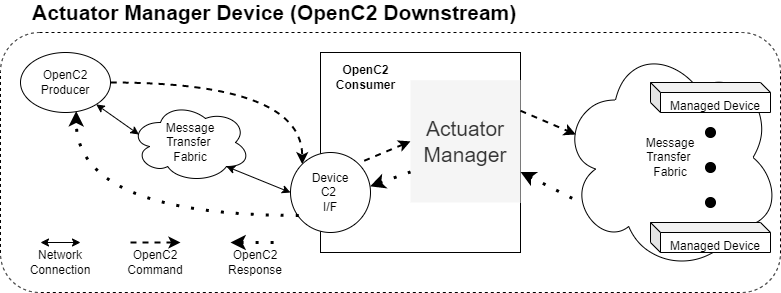
oasis-tcs/openc2-oc2arch keeps this draw.io diagram as images/Actuator-Manager-Device-OpenC2.drawio.png. Above is the earlier version. Source tidied: cells renumbered, new cells last; positions are measured from the earlier drawing's top-left corner, leaving out a move shared by most shapes. Source of this version:
```xml
<mxGraphModel background="#ffffff">
  <root>
    <mxCell id="0" />
    <mxCell id="1" parent="0" />
    <mxCell id="2" style="rounded=1;whiteSpace=wrap;html=1;fontSize=12;align=right;dashed=1;" parent="1" vertex="1">
      <mxGeometry y="30" width="780" height="260" as="geometry" />
    </mxCell>
    <mxCell id="3" style="rounded=0;whiteSpace=wrap;html=1;verticalAlign=top;" parent="1" vertex="1">
      <mxGeometry x="320" y="50" width="200" height="200" as="geometry" />
    </mxCell>
    <mxCell id="4" style="edgeStyle=orthogonalEdgeStyle;curved=1;rounded=0;jettySize=auto;html=1;exitX=1;exitY=0.5;exitDx=0;exitDy=0;entryX=1;entryY=1;entryDx=0;entryDy=0;dashed=1;strokeWidth=2;" parent="1" edge="1" source="5" target="6">
      <mxGeometry relative="1" as="geometry" />
    </mxCell>
    <mxCell id="5" value="OpenC2&lt;br&gt;Producer" style="ellipse;whiteSpace=wrap;html=1;" parent="1" vertex="1">
      <mxGeometry x="20" y="50" width="90" height="60" as="geometry" />
    </mxCell>
    <mxCell id="6" value="Device&lt;br&gt;C2 &lt;br&gt;I/F" style="ellipse;whiteSpace=wrap;html=1;direction=west;align=center;" parent="1" vertex="1">
      <mxGeometry x="290" y="150" width="80" height="80" as="geometry" />
    </mxCell>
    <mxCell id="7" style="edgeStyle=none;rounded=0;jettySize=auto;html=1;exitX=0.8;exitY=0.8;exitDx=0;exitDy=0;startArrow=classic;startFill=1;entryX=1;entryY=0.5;entryDx=0;entryDy=0;exitPerimeter=0;" parent="1" edge="1" source="8" target="6">
      <mxGeometry relative="1" as="geometry" />
    </mxCell>
    <mxCell id="8" value="Message&lt;br&gt;Transfer &lt;br&gt;Fabric" style="ellipse;shape=cloud;whiteSpace=wrap;html=1;" parent="1" vertex="1">
      <mxGeometry x="130" y="100" width="120" height="80" as="geometry" />
    </mxCell>
    <mxCell id="9" value="OpenC2&lt;br&gt;Consumer" style="text;html=1;align=center;verticalAlign=middle;fillColor=none;strokeColor=none;rounded=0;fontStyle=1;" parent="1" vertex="1">
      <mxGeometry x="330" y="60" width="70" height="30" as="geometry" />
    </mxCell>
    <mxCell id="10" style="edgeStyle=none;rounded=0;jettySize=auto;html=1;startArrow=classic;startFill=1;entryX=0.07;entryY=0.4;entryDx=0;entryDy=0;entryPerimeter=0;" parent="1" edge="1" source="5" target="8">
      <mxGeometry relative="1" as="geometry" />
    </mxCell>
    <mxCell id="11" style="endArrow=classic;startArrow=classic;html=1;" parent="1" edge="1">
      <mxGeometry relative="1" as="geometry">
        <mxPoint x="40" y="240" as="sourcePoint" />
        <mxPoint x="80" y="240" as="targetPoint" />
      </mxGeometry>
    </mxCell>
    <mxCell id="12" value="Network Connection" style="text;html=1;strokeColor=none;fillColor=none;align=center;verticalAlign=middle;whiteSpace=wrap;rounded=0;" parent="1" vertex="1">
      <mxGeometry x="40" y="250" width="40" height="20" as="geometry" />
    </mxCell>
    <mxCell id="13" style="endArrow=classic;html=1;dashed=1;strokeWidth=2;" parent="1" edge="1">
      <mxGeometry relative="1" as="geometry">
        <mxPoint x="130" y="240" as="sourcePoint" />
        <mxPoint x="180" y="240" as="targetPoint" />
      </mxGeometry>
    </mxCell>
    <mxCell id="14" value="OpenC2&lt;br&gt;Command" style="text;html=1;strokeColor=none;fillColor=none;align=center;verticalAlign=middle;whiteSpace=wrap;rounded=0;" parent="1" vertex="1">
      <mxGeometry x="135" y="250" width="40" height="20" as="geometry" />
    </mxCell>
    <mxCell id="15" style="endArrow=classic;html=1;dashed=1;exitX=0.896;exitY=0.213;exitDx=0;exitDy=0;exitPerimeter=0;edgeStyle=orthogonalEdgeStyle;curved=1;entryX=0.619;entryY=0.978;entryDx=0;entryDy=0;entryPerimeter=0;dashPattern=1 4;strokeWidth=3;" parent="1" edge="1" source="6" target="5">
      <mxGeometry relative="1" as="geometry" />
    </mxCell>
    <mxCell id="16" style="endArrow=none;html=1;dashed=1;strokeWidth=3;endFill=0;startArrow=classic;startFill=1;dashPattern=1 4;" parent="1" edge="1">
      <mxGeometry relative="1" as="geometry">
        <mxPoint x="230" y="240" as="sourcePoint" />
        <mxPoint x="280" y="240" as="targetPoint" />
      </mxGeometry>
    </mxCell>
    <mxCell id="17" value="OpenC2&lt;br&gt;Response" style="text;html=1;strokeColor=none;fillColor=none;align=center;verticalAlign=middle;whiteSpace=wrap;rounded=0;" parent="1" vertex="1">
      <mxGeometry x="235" y="250" width="40" height="20" as="geometry" />
    </mxCell>
    <mxCell id="18" style="endArrow=none;html=1;entryX=0;entryY=1;entryDx=0;entryDy=0;rounded=0;dashed=1;strokeWidth=2;startArrow=classic;startFill=1;endFill=0;exitX=0;exitY=0.5;exitDx=0;exitDy=0;" parent="1" edge="1" source="19">
      <mxGeometry relative="1" as="geometry">
        <mxPoint x="358.3" y="160.6" as="targetPoint" />
      </mxGeometry>
    </mxCell>
    <mxCell id="19" value="&lt;span&gt;Actuator&lt;br&gt;Manager&lt;/span&gt;" style="text;html=1;strokeColor=none;fillColor=#f5f5f5;align=center;verticalAlign=middle;whiteSpace=wrap;rounded=0;spacingTop=0;spacing=9;fontSize=21;fontColor=#333333;" parent="1" vertex="1">
      <mxGeometry x="410" y="77.7" width="110" height="122.3" as="geometry" />
    </mxCell>
    <mxCell id="20" style="endArrow=none;html=1;dashed=1;strokeWidth=3;endFill=0;startArrow=classic;startFill=1;dashPattern=1 4;entryX=0;entryY=0.75;entryDx=0;entryDy=0;exitX=0.005;exitY=0.577;exitDx=0;exitDy=0;exitPerimeter=0;" parent="1" edge="1" source="6" target="19">
      <mxGeometry relative="1" as="geometry" />
    </mxCell>
    <mxCell id="21" value="&lt;b&gt;Actuator Manager Device (OpenC2 Downstream)&lt;/b&gt;" style="text;html=1;strokeColor=none;fillColor=none;align=left;verticalAlign=middle;whiteSpace=wrap;rounded=0;fontSize=21;" parent="1" vertex="1">
      <mxGeometry x="30" width="560" height="20" as="geometry" />
    </mxCell>
    <mxCell id="22" value="Message&lt;br&gt;Transfer &lt;br&gt;Fabric" style="ellipse;shape=cloud;whiteSpace=wrap;html=1;" parent="1" vertex="1">
      <mxGeometry x="560" y="40" width="220" height="230" as="geometry" />
    </mxCell>
    <mxCell id="23" value="&lt;font style=&quot;font-size: 12px&quot;&gt;Managed Device&lt;/font&gt;" style="shape=cube;whiteSpace=wrap;html=1;boundedLbl=1;backgroundOutline=1;darkOpacity=0.05;darkOpacity2=0.1;fontSize=21;size=10;" parent="1" vertex="1">
      <mxGeometry x="650" y="80" width="120" height="30" as="geometry" />
    </mxCell>
    <mxCell id="24" style="ellipse;whiteSpace=wrap;html=1;fontSize=21;fillColor=#000000;" parent="1" vertex="1">
      <mxGeometry x="705" y="125" width="10" height="10" as="geometry" />
    </mxCell>
    <mxCell id="25" style="ellipse;whiteSpace=wrap;html=1;fontSize=21;fillColor=#000000;" parent="1" vertex="1">
      <mxGeometry x="705" y="160" width="10" height="10" as="geometry" />
    </mxCell>
    <mxCell id="26" style="ellipse;whiteSpace=wrap;html=1;fontSize=21;fillColor=#000000;" parent="1" vertex="1">
      <mxGeometry x="705" y="195" width="10" height="10" as="geometry" />
    </mxCell>
    <mxCell id="27" value="&lt;font style=&quot;font-size: 12px&quot;&gt;Managed Device&lt;/font&gt;" style="shape=cube;whiteSpace=wrap;html=1;boundedLbl=1;backgroundOutline=1;darkOpacity=0.05;darkOpacity2=0.1;fontSize=21;size=10;" parent="1" vertex="1">
      <mxGeometry x="650" y="220" width="120" height="30" as="geometry" />
    </mxCell>
    <mxCell id="28" style="endArrow=classic;html=1;dashed=1;strokeWidth=2;entryX=0.07;entryY=0.4;entryDx=0;entryDy=0;entryPerimeter=0;exitX=1;exitY=0.25;exitDx=0;exitDy=0;" parent="1" edge="1" source="19" target="22">
      <mxGeometry relative="1" as="geometry" />
    </mxCell>
    <mxCell id="29" style="endArrow=none;html=1;dashed=1;strokeWidth=3;endFill=0;startArrow=classic;startFill=1;dashPattern=1 4;exitX=1;exitY=0.75;exitDx=0;exitDy=0;entryX=0.091;entryY=0.696;entryDx=0;entryDy=0;entryPerimeter=0;" parent="1" edge="1" source="19" target="22">
      <mxGeometry relative="1" as="geometry" />
    </mxCell>
  </root>
</mxGraphModel>
```
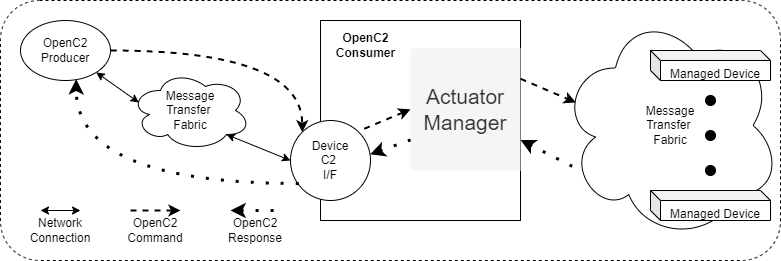
After the commit.

Diff of the diagram source:
```diff
@@ -70,9 +70,6 @@
     <mxCell id="20" style="endArrow=none;html=1;dashed=1;strokeWidth=3;endFill=0;startArrow=classic;startFill=1;dashPattern=1 4;entryX=0;entryY=0.75;entryDx=0;entryDy=0;exitX=0.005;exitY=0.577;exitDx=0;exitDy=0;exitPerimeter=0;" parent="1" edge="1" source="6" target="19">
       <mxGeometry relative="1" as="geometry" />
     </mxCell>
-    <mxCell id="21" value="&lt;b&gt;Actuator Manager Device (OpenC2 Downstream)&lt;/b&gt;" style="text;html=1;strokeColor=none;fillColor=none;align=left;verticalAlign=middle;whiteSpace=wrap;rounded=0;fontSize=21;" parent="1" vertex="1">
-      <mxGeometry x="30" width="560" height="20" as="geometry" />
-    </mxCell>
     <mxCell id="22" value="Message&lt;br&gt;Transfer &lt;br&gt;Fabric" style="ellipse;shape=cloud;whiteSpace=wrap;html=1;" parent="1" vertex="1">
       <mxGeometry x="560" y="40" width="220" height="230" as="geometry" />
     </mxCell>
```
